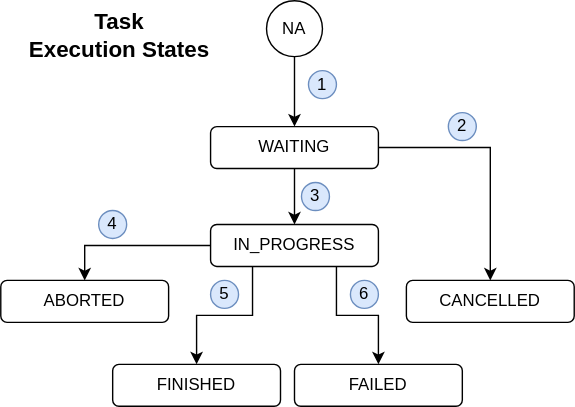
Earlier version of the draw.io export rpi-powercontroller/docs/task-execution-states.svg (jveverka/rpi-projects). Source tidied: cells renumbered, new cells last; positions are measured from the earlier drawing's top-left corner, leaving out a move shared by most shapes. Its diagram source:
```xml
<mxGraphModel>
  <root>
    <mxCell id="0" />
    <mxCell id="1" parent="0" />
    <mxCell id="2" style="edgeStyle=orthogonalEdgeStyle;rounded=0;jettySize=auto;html=1;entryX=0.5;entryY=0;entryDx=0;entryDy=0;" parent="1" edge="1" source="4" target="10">
      <mxGeometry relative="1" as="geometry" />
    </mxCell>
    <mxCell id="3" style="edgeStyle=orthogonalEdgeStyle;rounded=0;jettySize=auto;html=1;entryX=0.5;entryY=0;entryDx=0;entryDy=0;" parent="1" edge="1" source="4" target="14">
      <mxGeometry relative="1" as="geometry" />
    </mxCell>
    <mxCell id="4" value="WAITING" style="rounded=1;whiteSpace=wrap;html=1;" parent="1" vertex="1">
      <mxGeometry x="150" y="90" width="120" height="30" as="geometry" />
    </mxCell>
    <mxCell id="5" style="edgeStyle=orthogonalEdgeStyle;rounded=0;jettySize=auto;html=1;" parent="1" edge="1" source="6" target="4">
      <mxGeometry relative="1" as="geometry" />
    </mxCell>
    <mxCell id="6" value="NA" style="ellipse;whiteSpace=wrap;html=1;" parent="1" vertex="1">
      <mxGeometry x="190" width="40" height="40" as="geometry" />
    </mxCell>
    <mxCell id="7" style="edgeStyle=orthogonalEdgeStyle;rounded=0;jettySize=auto;html=1;exitX=0.25;exitY=1;exitDx=0;exitDy=0;entryX=0.5;entryY=0;entryDx=0;entryDy=0;" parent="1" edge="1" source="10" target="11">
      <mxGeometry relative="1" as="geometry" />
    </mxCell>
    <mxCell id="8" style="edgeStyle=orthogonalEdgeStyle;rounded=0;jettySize=auto;html=1;exitX=0.75;exitY=1;exitDx=0;exitDy=0;" parent="1" edge="1" source="10" target="13">
      <mxGeometry relative="1" as="geometry" />
    </mxCell>
    <mxCell id="9" style="edgeStyle=orthogonalEdgeStyle;rounded=0;jettySize=auto;html=1;" parent="1" edge="1" source="10" target="12">
      <mxGeometry relative="1" as="geometry" />
    </mxCell>
    <mxCell id="10" value="IN_PROGRESS" style="rounded=1;whiteSpace=wrap;html=1;" parent="1" vertex="1">
      <mxGeometry x="150" y="160" width="120" height="30" as="geometry" />
    </mxCell>
    <mxCell id="11" value="FINISHED" style="rounded=1;whiteSpace=wrap;html=1;" parent="1" vertex="1">
      <mxGeometry x="80" y="260" width="120" height="30" as="geometry" />
    </mxCell>
    <mxCell id="12" value="ABORTED" style="rounded=1;whiteSpace=wrap;html=1;" parent="1" vertex="1">
      <mxGeometry y="200" width="120" height="30" as="geometry" />
    </mxCell>
    <mxCell id="13" value="FAILED" style="rounded=1;whiteSpace=wrap;html=1;" parent="1" vertex="1">
      <mxGeometry x="210" y="260" width="120" height="30" as="geometry" />
    </mxCell>
    <mxCell id="14" value="CANCELLED" style="rounded=1;whiteSpace=wrap;html=1;" parent="1" vertex="1">
      <mxGeometry x="290" y="200" width="120" height="30" as="geometry" />
    </mxCell>
    <mxCell id="15" value="1" style="ellipse;whiteSpace=wrap;html=1;fillColor=#dae8fc;strokeColor=#6c8ebf;" parent="1" vertex="1">
      <mxGeometry x="220" y="50" width="20" height="20" as="geometry" />
    </mxCell>
    <mxCell id="16" value="2" style="ellipse;whiteSpace=wrap;html=1;fillColor=#dae8fc;strokeColor=#6c8ebf;" parent="1" vertex="1">
      <mxGeometry x="320" y="80" width="20" height="20" as="geometry" />
    </mxCell>
    <mxCell id="17" value="3" style="ellipse;whiteSpace=wrap;html=1;fillColor=#dae8fc;strokeColor=#6c8ebf;" parent="1" vertex="1">
      <mxGeometry x="215" y="130" width="20" height="20" as="geometry" />
    </mxCell>
    <mxCell id="18" value="4" style="ellipse;whiteSpace=wrap;html=1;fillColor=#dae8fc;strokeColor=#6c8ebf;" parent="1" vertex="1">
      <mxGeometry x="70" y="150" width="20" height="20" as="geometry" />
    </mxCell>
    <mxCell id="19" value="5" style="ellipse;whiteSpace=wrap;html=1;fillColor=#dae8fc;strokeColor=#6c8ebf;" parent="1" vertex="1">
      <mxGeometry x="150" y="200" width="20" height="20" as="geometry" />
    </mxCell>
    <mxCell id="20" value="6" style="ellipse;whiteSpace=wrap;html=1;fillColor=#dae8fc;strokeColor=#6c8ebf;" parent="1" vertex="1">
      <mxGeometry x="250" y="200" width="20" height="20" as="geometry" />
    </mxCell>
    <mxCell id="21" value="&lt;font style=&quot;font-size: 16px&quot;&gt;&lt;b&gt;Task &lt;br&gt;Execution States&lt;/b&gt;&lt;/font&gt;" style="text;html=1;strokeColor=none;fillColor=none;align=center;verticalAlign=middle;whiteSpace=wrap;rounded=0;" parent="1" vertex="1">
      <mxGeometry x="10" width="150" height="50" as="geometry" />
    </mxCell>
  </root>
</mxGraphModel>
```
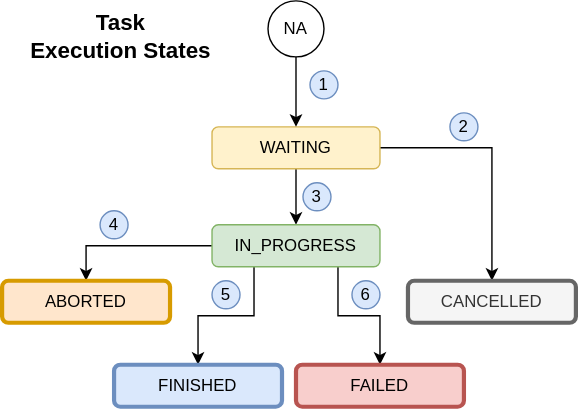
After the commit.

The edit, as a diff of the source:
```diff
@@ -8,7 +8,7 @@
     <mxCell id="3" style="edgeStyle=orthogonalEdgeStyle;rounded=0;jettySize=auto;html=1;entryX=0.5;entryY=0;entryDx=0;entryDy=0;" parent="1" edge="1" source="4" target="14">
       <mxGeometry relative="1" as="geometry" />
     </mxCell>
-    <mxCell id="4" value="WAITING" style="rounded=1;whiteSpace=wrap;html=1;" parent="1" vertex="1">
+    <mxCell id="4" value="WAITING" style="rounded=1;whiteSpace=wrap;html=1;fillColor=#fff2cc;strokeColor=#d6b656;" parent="1" vertex="1">
       <mxGeometry x="150" y="90" width="120" height="30" as="geometry" />
     </mxCell>
     <mxCell id="5" style="edgeStyle=orthogonalEdgeStyle;rounded=0;jettySize=auto;html=1;" parent="1" edge="1" source="6" target="4">
@@ -26,19 +26,19 @@
     <mxCell id="9" style="edgeStyle=orthogonalEdgeStyle;rounded=0;jettySize=auto;html=1;" parent="1" edge="1" source="10" target="12">
       <mxGeometry relative="1" as="geometry" />
     </mxCell>
-    <mxCell id="10" value="IN_PROGRESS" style="rounded=1;whiteSpace=wrap;html=1;" parent="1" vertex="1">
+    <mxCell id="10" value="IN_PROGRESS" style="rounded=1;whiteSpace=wrap;html=1;fillColor=#d5e8d4;strokeColor=#82b366;" parent="1" vertex="1">
       <mxGeometry x="150" y="160" width="120" height="30" as="geometry" />
     </mxCell>
-    <mxCell id="11" value="FINISHED" style="rounded=1;whiteSpace=wrap;html=1;" parent="1" vertex="1">
+    <mxCell id="11" value="FINISHED" style="rounded=1;whiteSpace=wrap;html=1;fillColor=#dae8fc;strokeColor=#6c8ebf;strokeWidth=3;" parent="1" vertex="1">
       <mxGeometry x="80" y="260" width="120" height="30" as="geometry" />
     </mxCell>
-    <mxCell id="12" value="ABORTED" style="rounded=1;whiteSpace=wrap;html=1;" parent="1" vertex="1">
+    <mxCell id="12" value="ABORTED" style="rounded=1;whiteSpace=wrap;html=1;fillColor=#ffe6cc;strokeColor=#d79b00;strokeWidth=3;" parent="1" vertex="1">
       <mxGeometry y="200" width="120" height="30" as="geometry" />
     </mxCell>
-    <mxCell id="13" value="FAILED" style="rounded=1;whiteSpace=wrap;html=1;" parent="1" vertex="1">
+    <mxCell id="13" value="FAILED" style="rounded=1;whiteSpace=wrap;html=1;fillColor=#f8cecc;strokeColor=#b85450;strokeWidth=3;" parent="1" vertex="1">
       <mxGeometry x="210" y="260" width="120" height="30" as="geometry" />
     </mxCell>
-    <mxCell id="14" value="CANCELLED" style="rounded=1;whiteSpace=wrap;html=1;" parent="1" vertex="1">
+    <mxCell id="14" value="CANCELLED" style="rounded=1;whiteSpace=wrap;html=1;fillColor=#f5f5f5;strokeColor=#666666;fontColor=#333333;strokeWidth=3;" parent="1" vertex="1">
       <mxGeometry x="290" y="200" width="120" height="30" as="geometry" />
     </mxCell>
     <mxCell id="15" value="1" style="ellipse;whiteSpace=wrap;html=1;fillColor=#dae8fc;strokeColor=#6c8ebf;" parent="1" vertex="1">
```
